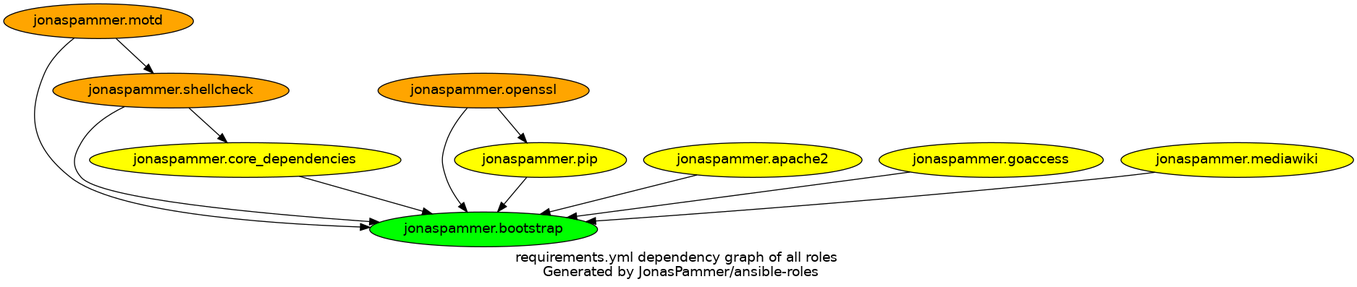
This is graphs/dependencies_ALL.png from JonasPammer/ansible-roles, a Graphviz export, as it was before one commit. Its source is kept beside it as graphs/dependencies_ALL.dot. The source it was exported from:
```dot
digraph hierarchy {
  label = "requirements.yml dependency graph of all roles \n Generated by JonasPammer/ansible-roles" ;

  {
    "jonaspammer.bootstrap" [fillcolor=green style=filled]
    "jonaspammer.core_dependencies" [fillcolor=yellow style=filled]
    "jonaspammer.pip" [fillcolor=yellow style=filled]
    "jonaspammer.shellcheck" [fillcolor=orange style=filled]
    "jonaspammer.motd" [fillcolor=orange style=filled]
    "jonaspammer.apache2" [fillcolor=yellow style=filled]
    "jonaspammer.openssl" [fillcolor=orange style=filled]
    "jonaspammer.goaccess" [fillcolor=yellow style=filled]
    "jonaspammer.mediawiki" [fillcolor=yellow style=filled]
  }


  "jonaspammer.core_dependencies" -> {"jonaspammer.bootstrap"}
  "jonaspammer.pip" -> {"jonaspammer.bootstrap"}
  "jonaspammer.shellcheck" -> {"jonaspammer.bootstrap" "jonaspammer.core_dependencies"}
  "jonaspammer.motd" -> {"jonaspammer.bootstrap" "jonaspammer.shellcheck"}
  "jonaspammer.apache2" -> {"jonaspammer.bootstrap"}
  "jonaspammer.openssl" -> {"jonaspammer.pip" "jonaspammer.bootstrap"}
  "jonaspammer.goaccess" -> {"jonaspammer.bootstrap"}
  "jonaspammer.mediawiki" -> {"jonaspammer.bootstrap"}
}
```
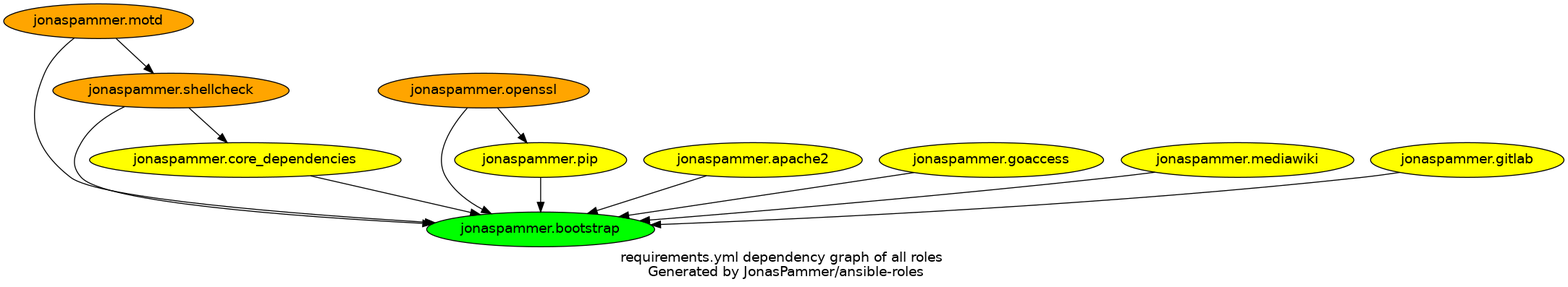
After the change.

The edit, as a diff of the source:
```diff
@@ -11,6 +11,7 @@
     "jonaspammer.openssl" [fillcolor=orange style=filled]
     "jonaspammer.goaccess" [fillcolor=yellow style=filled]
     "jonaspammer.mediawiki" [fillcolor=yellow style=filled]
+    "jonaspammer.gitlab" [fillcolor=yellow style=filled]
   }
 
 
@@ -22,4 +23,5 @@
   "jonaspammer.openssl" -> {"jonaspammer.pip" "jonaspammer.bootstrap"}
   "jonaspammer.goaccess" -> {"jonaspammer.bootstrap"}
   "jonaspammer.mediawiki" -> {"jonaspammer.bootstrap"}
+  "jonaspammer.gitlab" -> {"jonaspammer.bootstrap"}
 }
```
